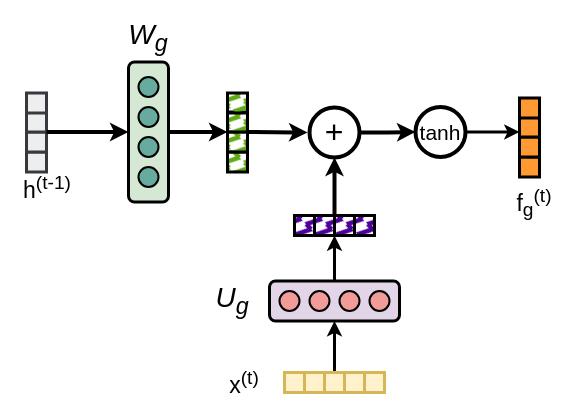
viniciusrpb/drawio_flowcharts keeps this draw.io diagram as gategate.drawio. Above is the earlier version. Source tidied: cells renumbered, new cells numbered last; positions are measured from the earlier drawing's top-left corner, leaving out a move shared by most shapes. Both pictures are drawn from the tidied source at 100%, with x=0, y=0 at pixel (17, 22).
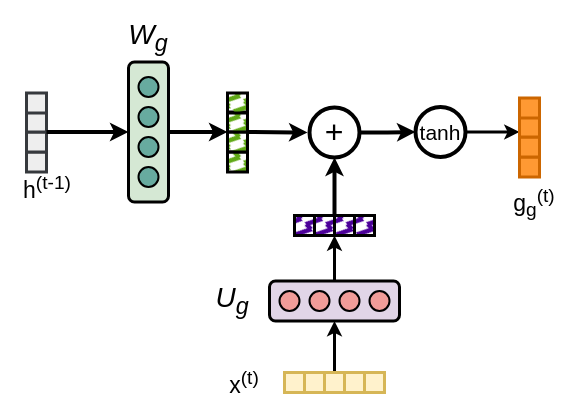
The same page after the edit.

Change to the diagram source:
```diff
@@
-    <mxCell id="17" value="f&lt;sub&gt;g&lt;/sub&gt;&lt;sup&gt;(t)&lt;/sup&gt;" style="text;html=1;align=center;verticalAlign=middle;whiteSpace=wrap;rounded=0;fontSize=23;strokeWidth=4;" parent="1" vertex="1">
+    <mxCell id="17" value="g&lt;sub&gt;g&lt;/sub&gt;&lt;sup&gt;(t)&lt;/sup&gt;" style="text;html=1;align=center;verticalAlign=middle;whiteSpace=wrap;rounded=0;fontSize=23;strokeWidth=4;" parent="1" vertex="1">
       <mxGeometry x="487" y="164.5" width="60" height="30" as="geometry" />
     </mxCell>
@@
-    <mxCell id="30" style="rounded=0;whiteSpace=wrap;html=1;strokeWidth=3;fillColor=#FF9933;strokeColor=#000000;" parent="1" vertex="1">
+    <mxCell id="30" style="rounded=0;whiteSpace=wrap;html=1;strokeWidth=3;fillColor=#FF9933;strokeColor=#CC6600;" parent="1" vertex="1">
       <mxGeometry x="502" y="134.5" width="20" height="20" as="geometry" />
     </mxCell>
-    <mxCell id="31" style="rounded=0;whiteSpace=wrap;html=1;strokeWidth=3;fillColor=#FF9933;strokeColor=#000000;" parent="1" vertex="1">
+    <mxCell id="31" style="rounded=0;whiteSpace=wrap;html=1;strokeWidth=3;fillColor=#FF9933;strokeColor=#CC6600;" parent="1" vertex="1">
       <mxGeometry x="502" y="114.5" width="20" height="20" as="geometry" />
     </mxCell>
-    <mxCell id="32" style="rounded=0;whiteSpace=wrap;html=1;strokeWidth=3;fillColor=#FF9933;strokeColor=#000000;" parent="1" vertex="1">
+    <mxCell id="32" style="rounded=0;whiteSpace=wrap;html=1;strokeWidth=3;fillColor=#FF9933;strokeColor=#CC6600;" parent="1" vertex="1">
       <mxGeometry x="502" y="94.5" width="20" height="20" as="geometry" />
     </mxCell>
-    <mxCell id="33" style="rounded=0;whiteSpace=wrap;html=1;strokeWidth=3;fillColor=#FF9933;strokeColor=#000000;" parent="1" vertex="1">
+    <mxCell id="33" style="rounded=0;whiteSpace=wrap;html=1;strokeWidth=3;fillColor=#FF9933;strokeColor=#CC6600;" parent="1" vertex="1">
       <mxGeometry x="502" y="75.5" width="20" height="20" as="geometry" />
     </mxCell>
```
